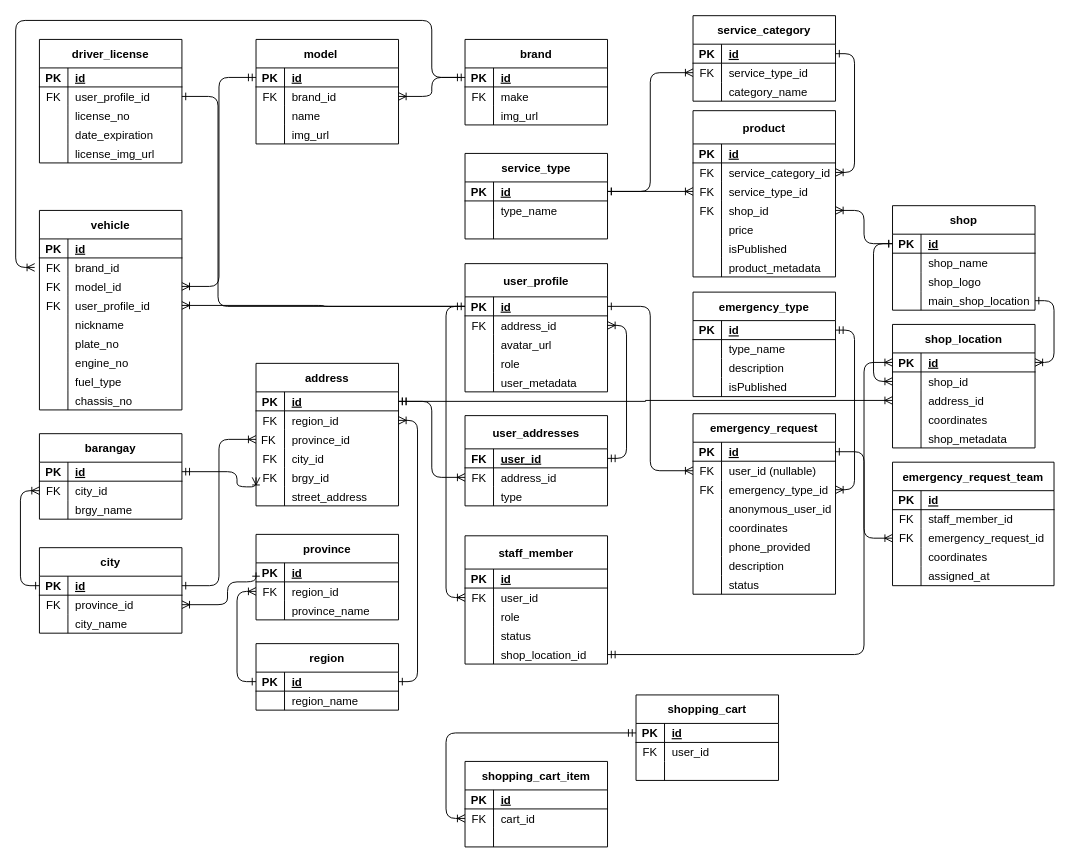
This is Untitled Diagram.drawio from PitZza04/drawIO, a draw.io file, before an edit. Source tidied: cells renumbered, new cells numbered last; positions are measured from the earlier drawing's top-left corner, leaving out a move shared by most shapes. Both pictures are drawn from the tidied source at 95%, with x=0, y=0 at pixel (15, 15).
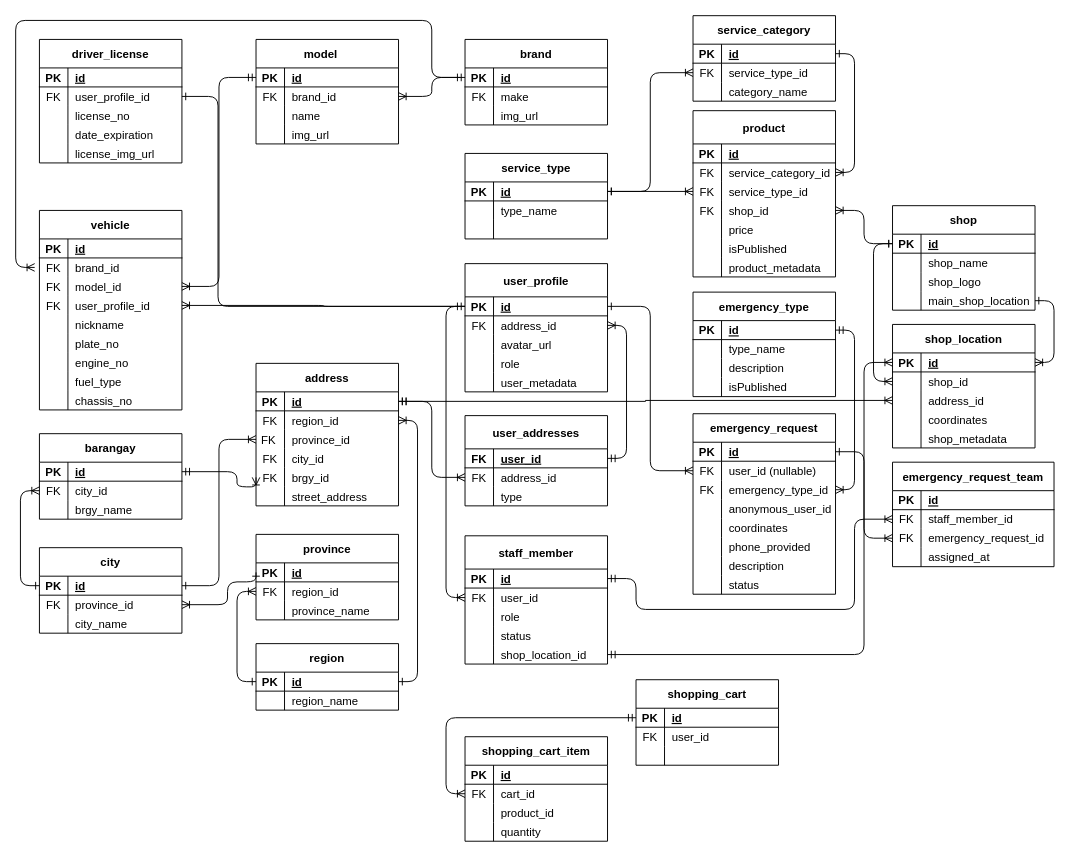
After the change.

The change refers to these unchanged cells:
```xml
<mxCell id="291" style="shape=partialRectangle;fillColor=none;top=0;left=0;bottom=0;right=0;points=[[0,0.5],[1,0.5]];portConstraint=eastwest;" parent="287" vertex="1">
  <mxGeometry y="50" width="170" height="20" as="geometry" />
</mxCell>
<mxCell id="307" style="shape=partialRectangle;fillColor=none;top=0;left=0;bottom=1;right=0;points=[[0,0.5],[1,0.5]];portConstraint=eastwest;" parent="306" vertex="1">
  <mxGeometry y="35" width="150" height="20" as="geometry" />
</mxCell>
<mxCell id="334" style="shape=partialRectangle;fillColor=none;top=0;left=0;bottom=0;right=0;" parent="327" vertex="1">
  <mxGeometry y="70" width="150" height="20" as="geometry" />
</mxCell>
```

What changed in the source:
```diff
@@
     <mxCell id="219" value="shopping_cart" style="shape=table;startSize=30;childLayout=tableLayout;rowLines=0;fontStyle=1;align=center;" parent="1" vertex="1">
-      <mxGeometry x="653" y="715" width="150" height="90" as="geometry" />
+      <mxGeometry x="653" y="699" width="150" height="90" as="geometry" />
     </mxCell>
@@
     <mxCell id="287" value="emergency_request_team" style="shape=table;startSize=30;childLayout=tableLayout;rowLines=0;fontStyle=1;align=center;" parent="1" vertex="1">
-      <mxGeometry x="923" y="470" width="170" height="130" as="geometry" />
+      <mxGeometry x="923" y="470" width="170" height="110" as="geometry" />
     </mxCell>
@@
-    <mxCell id="297" style="shape=partialRectangle;fillColor=none;top=0;left=0;bottom=0;right=0;" parent="287" vertex="1">
-      <mxGeometry y="90" width="170" height="20" as="geometry" />
-    </mxCell>
-    <mxCell id="298" style="shape=partialRectangle;fillColor=none;top=0;left=0;bottom=0;right=0;overflow=hidden;" parent="297" vertex="1">
-      <mxGeometry width="30" height="20" as="geometry" />
-    </mxCell>
-    <mxCell id="299" value="coordinates" style="shape=partialRectangle;fillColor=none;top=0;left=0;bottom=0;right=0;align=left;spacingLeft=6;overflow=hidden;" parent="297" vertex="1">
-      <mxGeometry x="30" width="140" height="20" as="geometry" />
-    </mxCell>
     <mxCell id="300" style="shape=partialRectangle;fillColor=none;top=0;left=0;bottom=0;right=0;" parent="287" vertex="1">
-      <mxGeometry y="110" width="170" height="20" as="geometry" />
+      <mxGeometry y="90" width="170" height="20" as="geometry" />
     </mxCell>
@@
     <mxCell id="327" value="shopping_cart_item" style="shape=table;startSize=30;childLayout=tableLayout;rowLines=0;fontStyle=1;align=center;" parent="1" vertex="1">
-      <mxGeometry x="473" y="785" width="150" height="90" as="geometry" />
+      <mxGeometry x="473" y="759" width="150" height="110" as="geometry" />
     </mxCell>
@@
-    <mxCell id="336" style="shape=partialRectangle;fillColor=none;top=0;left=0;bottom=0;right=0;align=left;spacingLeft=6;overflow=hidden;" parent="334" vertex="1">
+    <mxCell id="336" value="product_id" style="shape=partialRectangle;fillColor=none;top=0;left=0;bottom=0;right=0;align=left;spacingLeft=6;overflow=hidden;" parent="334" vertex="1">
       <mxGeometry x="30" width="120" height="20" as="geometry" />
     </mxCell>
+    <mxCell id="338" style="shape=partialRectangle;fillColor=none;top=0;left=0;bottom=0;right=0;" parent="327" vertex="1">
+      <mxGeometry y="90" width="150" height="20" as="geometry" />
+    </mxCell>
+    <mxCell id="298" style="shape=partialRectangle;fillColor=none;top=0;left=0;bottom=0;right=0;overflow=hidden;" parent="338" vertex="1">
+      <mxGeometry width="30" height="20" as="geometry" />
+    </mxCell>
+    <mxCell id="339" value="quantity" style="shape=partialRectangle;fillColor=none;top=0;left=0;bottom=0;right=0;align=left;spacingLeft=6;overflow=hidden;" parent="338" vertex="1">
+      <mxGeometry x="30" width="120" height="20" as="geometry" />
+    </mxCell>
@@
+    <mxCell id="340" style="edgeStyle=orthogonalEdgeStyle;rounded=1;jettySize=auto;html=1;exitX=1;exitY=0.5;exitDx=0;exitDy=0;startArrow=ERmandOne;startFill=0;entryX=0;entryY=0.5;entryDx=0;entryDy=0;endArrow=ERoneToMany;endFill=0;" parent="1" edge="1" source="307" target="291">
+      <mxGeometry relative="1" as="geometry">
+        <Array as="points">
+          <mxPoint x="653" y="592" />
+          <mxPoint x="653" y="625" />
+          <mxPoint x="883" y="625" />
+          <mxPoint x="883" y="530" />
+        </Array>
+      </mxGeometry>
+    </mxCell>
```
